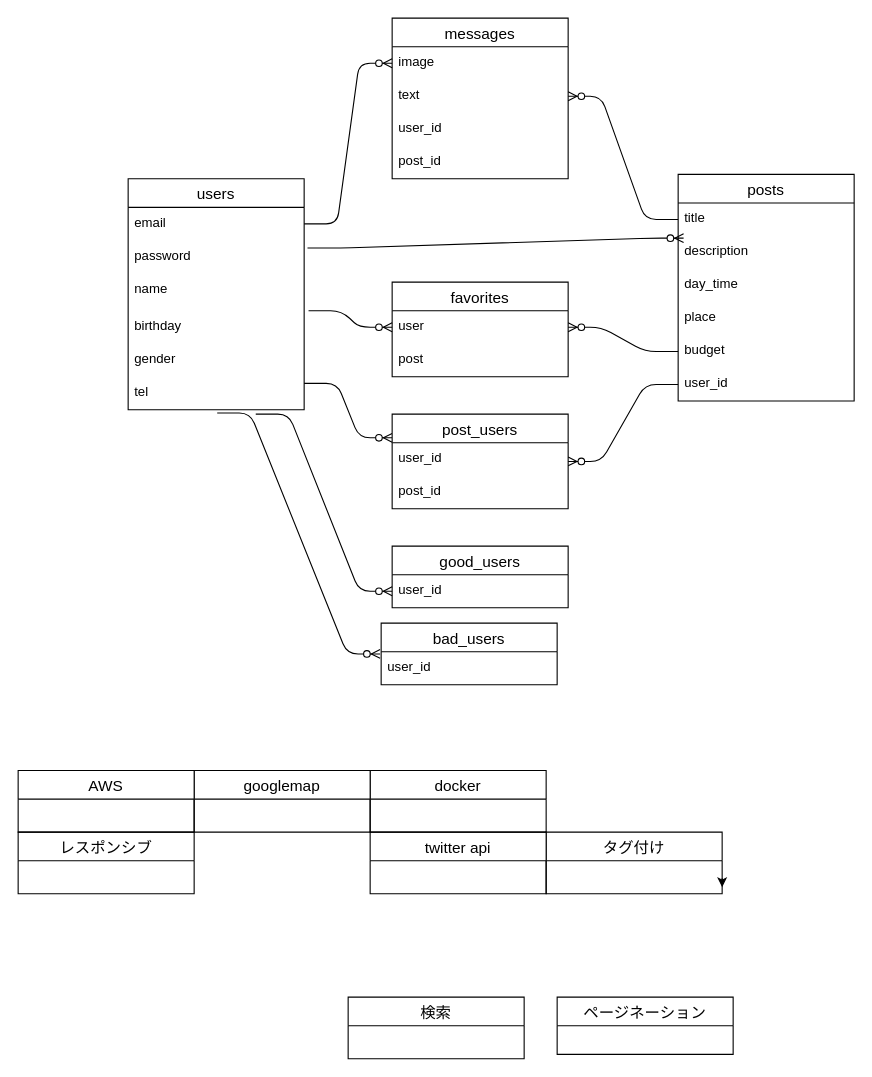
koyama1058/oriapp keeps this draw.io diagram as oriapp2.dio. Above is the earlier version. Source tidied: cells renumbered, new cells numbered last; positions are measured from the earlier drawing's top-left corner, leaving out a move shared by most shapes. Both pictures are drawn from the tidied source at 110%, with x=0, y=0 at pixel (18, 18).
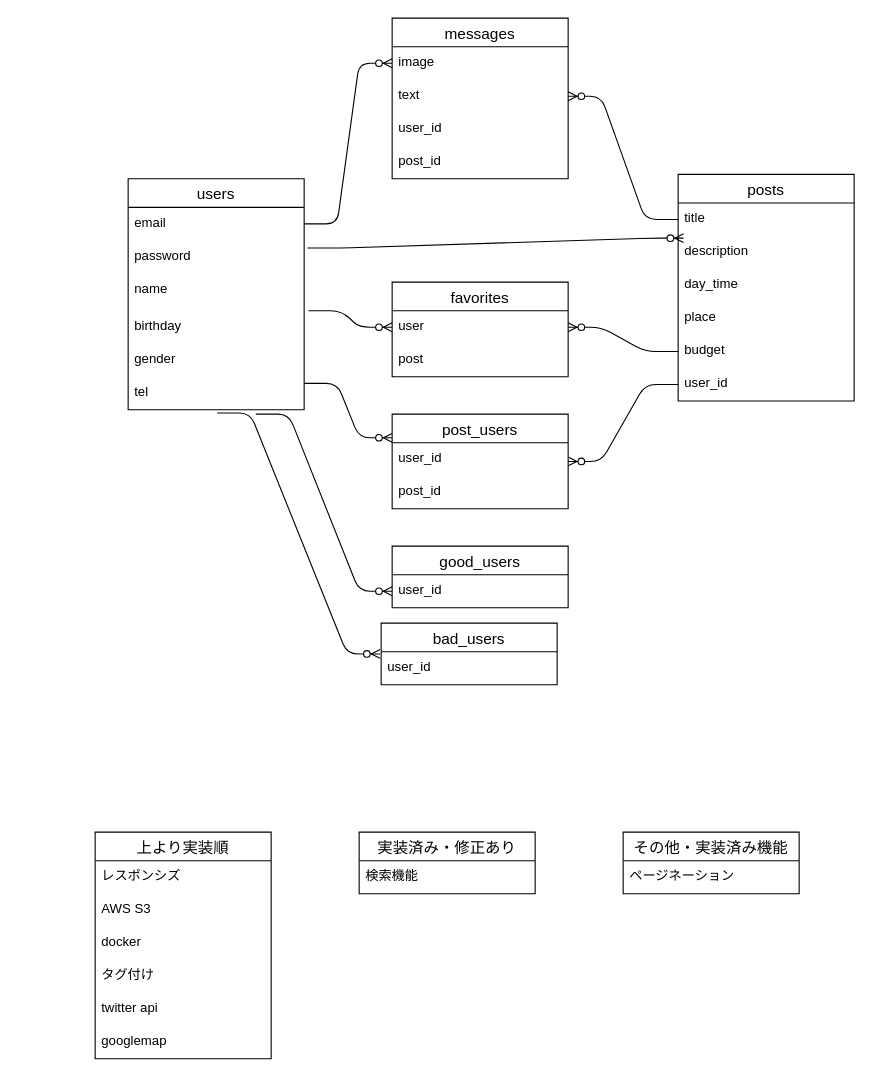
The same page after the edit.

Change to the diagram source:
```diff
@@
-    <mxCell id="21" style="edgeStyle=orthogonalEdgeStyle;rounded=0;jettySize=auto;html=1;exitX=1;exitY=0.75;exitDx=0;exitDy=0;" parent="1" edge="1" source="22">
-      <mxGeometry relative="1" as="geometry">
-        <mxPoint x="640" y="790" as="targetPoint" />
-      </mxGeometry>
-    </mxCell>
-    <mxCell id="22" value="タグ付け" style="swimlane;fontStyle=0;horizontal=1;startSize=26;align=center;fontSize=14;" parent="1" vertex="1">
-      <mxGeometry x="480" y="740" width="160" height="56" as="geometry" />
-    </mxCell>
-    <mxCell id="23" value="twitter api" style="swimlane;fontStyle=0;horizontal=1;startSize=26;align=center;fontSize=14;" parent="1" vertex="1">
-      <mxGeometry x="320" y="740" width="160" height="56" as="geometry" />
-    </mxCell>
-    <mxCell id="24" value="docker" style="swimlane;fontStyle=0;horizontal=1;startSize=26;align=center;fontSize=14;" parent="1" vertex="1">
-      <mxGeometry x="320" y="684" width="160" height="56" as="geometry" />
-    </mxCell>
-    <mxCell id="25" value="googlemap" style="swimlane;fontStyle=0;horizontal=1;startSize=26;align=center;fontSize=14;" parent="1" vertex="1">
-      <mxGeometry x="160" y="684" width="160" height="56" as="geometry" />
-    </mxCell>
-    <mxCell id="26" value="レスポンシブ" style="swimlane;fontStyle=0;horizontal=1;startSize=26;align=center;fontSize=14;" parent="1" vertex="1">
-      <mxGeometry y="740" width="160" height="56" as="geometry" />
-    </mxCell>
@@
-    <mxCell id="46" value="検索" style="swimlane;fontStyle=0;horizontal=1;startSize=26;align=center;fontSize=14;" parent="1" vertex="1">
-      <mxGeometry x="300" y="890" width="160" height="56" as="geometry" />
-    </mxCell>
+    <mxCell id="49" value="上より実装順" style="swimlane;fontStyle=0;horizontal=1;startSize=26;align=center;fontSize=14;" parent="1" vertex="1">
+      <mxGeometry x="70" y="740" width="160" height="206" as="geometry" />
+    </mxCell>
+    <mxCell id="50" value="レスポンシズ" style="text;strokeColor=none;fillColor=none;spacingLeft=4;spacingRight=4;overflow=hidden;fontSize=12;" parent="49" vertex="1">
+      <mxGeometry y="26" width="160" height="30" as="geometry" />
+    </mxCell>
+    <mxCell id="51" value="AWS S3" style="text;strokeColor=none;fillColor=none;spacingLeft=4;spacingRight=4;overflow=hidden;fontSize=12;" parent="49" vertex="1">
+      <mxGeometry y="56" width="160" height="30" as="geometry" />
+    </mxCell>
+    <mxCell id="24" value="docker" style="text;strokeColor=none;fillColor=none;spacingLeft=4;spacingRight=4;overflow=hidden;fontSize=12;" parent="49" vertex="1">
+      <mxGeometry y="86" width="160" height="30" as="geometry" />
+    </mxCell>
+    <mxCell id="22" value="タグ付け" style="text;strokeColor=none;fillColor=none;spacingLeft=4;spacingRight=4;overflow=hidden;points=[[0,0.5],[1,0.5]];portConstraint=eastwest;fontSize=12;" parent="49" vertex="1">
+      <mxGeometry y="116" width="160" height="30" as="geometry" />
+    </mxCell>
+    <mxCell id="23" value="twitter api" style="text;strokeColor=none;fillColor=none;spacingLeft=4;spacingRight=4;overflow=hidden;fontSize=12;" parent="49" vertex="1">
+      <mxGeometry y="146" width="160" height="30" as="geometry" />
+    </mxCell>
+    <mxCell id="25" value="googlemap" style="text;strokeColor=none;fillColor=none;spacingLeft=4;spacingRight=4;overflow=hidden;fontSize=12;" parent="49" vertex="1">
+      <mxGeometry y="176" width="160" height="30" as="geometry" />
+    </mxCell>
+    <mxCell id="52" value="実装済み・修正あり" style="swimlane;fontStyle=0;horizontal=1;startSize=26;align=center;fontSize=14;" parent="1" vertex="1">
+      <mxGeometry x="310" y="740" width="160" height="56" as="geometry" />
+    </mxCell>
+    <mxCell id="53" value="検索機能" style="text;strokeColor=none;fillColor=none;spacingLeft=4;spacingRight=4;overflow=hidden;fontSize=12;" parent="52" vertex="1">
+      <mxGeometry y="26" width="160" height="30" as="geometry" />
+    </mxCell>
+    <mxCell id="54" value="その他・実装済み機能" style="swimlane;fontStyle=0;horizontal=1;startSize=26;align=center;fontSize=14;" parent="1" vertex="1">
+      <mxGeometry x="550" y="740" width="160" height="56" as="geometry" />
+    </mxCell>
-    <mxCell id="47" value="ページネーション" style="swimlane;fontStyle=0;horizontal=1;startSize=26;align=center;fontSize=14;" parent="1" vertex="1">
-      <mxGeometry x="490" y="890" width="160" height="52" as="geometry" />
+    <mxCell id="47" value="ページネーション" style="text;strokeColor=none;fillColor=none;spacingLeft=4;spacingRight=4;overflow=hidden;fontSize=12;" parent="54" vertex="1">
+      <mxGeometry y="26" width="160" height="30" as="geometry" />
     </mxCell>
-    <mxCell id="48" value="AWS" style="swimlane;fontStyle=0;horizontal=1;startSize=26;align=center;fontSize=14;" parent="1" vertex="1">
-      <mxGeometry y="684" width="160" height="56" as="geometry" />
-    </mxCell>
```
